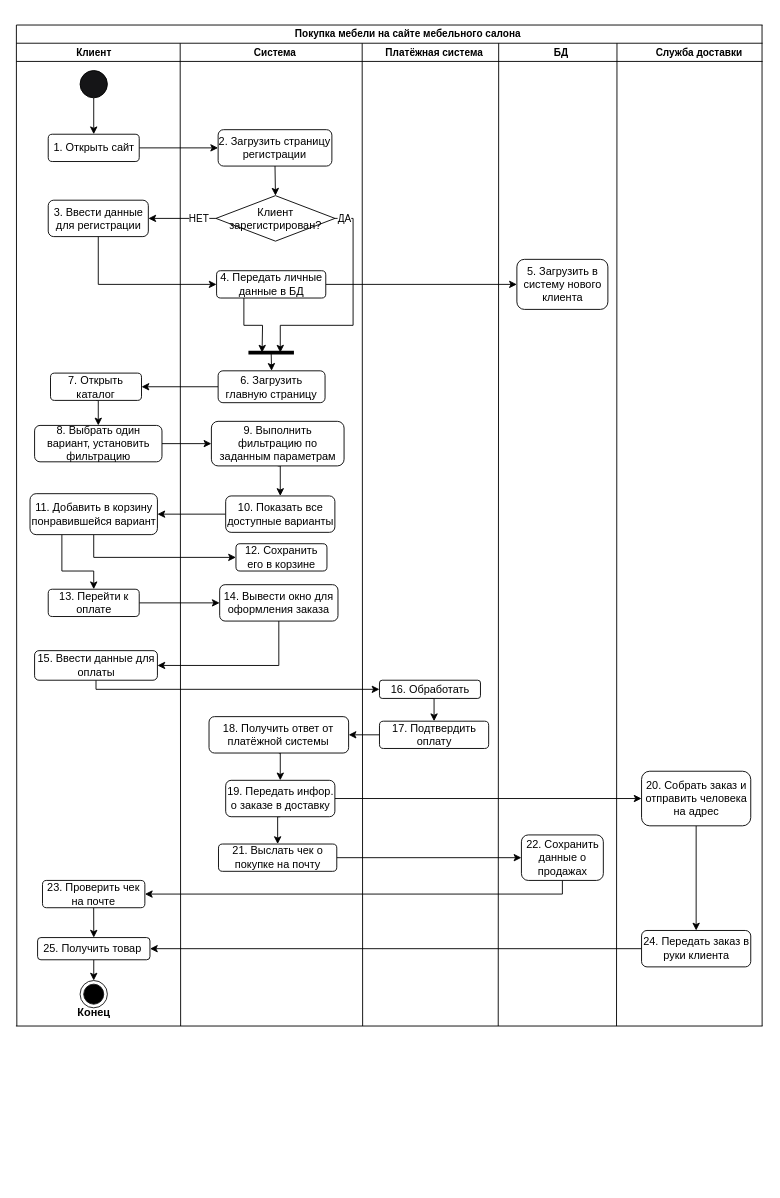
Earlier version of the draw.io diagram page "Деятельности" (4 of 8) of Все диаграммы.drawio (AnnaOtchina/AnnaKyrsach). Source tidied: cells renumbered, new cells numbered last; positions are measured from the earlier drawing's top-left corner, leaving out a move shared by most shapes. Both pictures are drawn from the tidied source at 91%, with x=0, y=0 at pixel (15, 15).
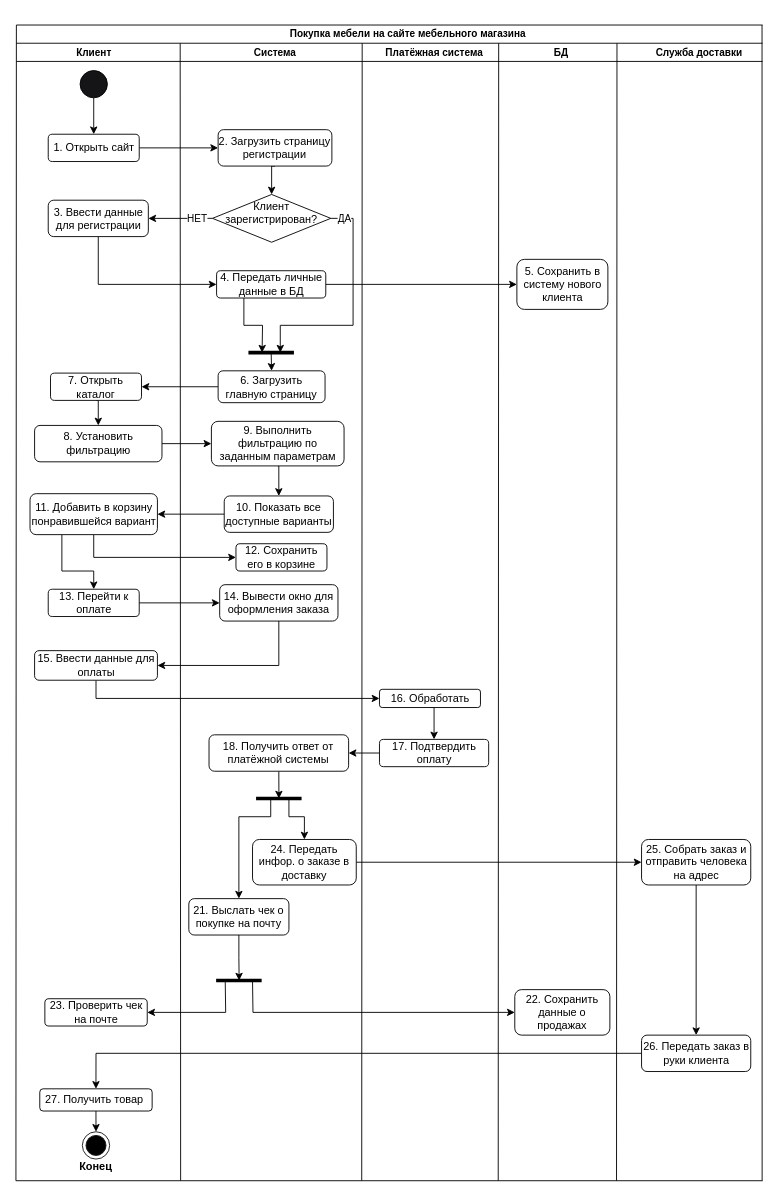
After the change.

The change refers to these unchanged cells:
```xml
<mxCell id="40" style="edgeStyle=orthogonalEdgeStyle;rounded=0;jettySize=auto;html=1;exitX=1;exitY=0.5;exitDx=0;exitDy=0;" parent="1" edge="1" source="42">
  <mxGeometry relative="1" as="geometry">
    <mxPoint x="290.5" y="370" as="targetPoint" />
    <Array as="points">
      <mxPoint x="370.5" y="223" />
      <mxPoint x="370.5" y="340" />
      <mxPoint x="290.5" y="340" />
    </Array>
  </mxGeometry>
</mxCell>
<mxCell id="56" value="15. Ввести данные для оплаты" style="rounded=1;whiteSpace=wrap;html=1;" parent="1" vertex="1">
  <mxGeometry x="20.5" y="697.5" width="135" height="32.5" as="geometry" />
</mxCell>
```

What changed in the source:
```diff
@@
     <mxCell id="3" style="endArrow=none;html=1;rounded=0;" parent="1" edge="1">
       <mxGeometry relative="1" as="geometry">
         <mxPoint x="0.5" y="10" as="sourcePoint" />
-        <mxPoint x="1" y="1110" as="targetPoint" />
+        <mxPoint y="1280" as="targetPoint" />
       </mxGeometry>
     </mxCell>
     <mxCell id="4" style="endArrow=none;html=1;rounded=0;" parent="1" edge="1">
       <mxGeometry relative="1" as="geometry">
         <mxPoint x="180.5" y="30" as="sourcePoint" />
-        <mxPoint x="181" y="1110" as="targetPoint" />
+        <mxPoint x="181" y="1280" as="targetPoint" />
       </mxGeometry>
     </mxCell>
     <mxCell id="5" style="endArrow=none;html=1;rounded=0;" parent="1" edge="1">
       <mxGeometry relative="1" as="geometry">
         <mxPoint x="380.5" y="30" as="sourcePoint" />
-        <mxPoint x="381" y="1110" as="targetPoint" />
+        <mxPoint x="380" y="1280" as="targetPoint" />
       </mxGeometry>
     </mxCell>
     <mxCell id="6" style="endArrow=none;html=1;rounded=0;" parent="1" edge="1">
       <mxGeometry relative="1" as="geometry">
         <mxPoint x="530.5" y="30" as="sourcePoint" />
-        <mxPoint x="530" y="1110" as="targetPoint" />
+        <mxPoint x="530" y="1280" as="targetPoint" />
       </mxGeometry>
     </mxCell>
@@
     <mxCell id="8" style="endArrow=none;html=1;rounded=0;" parent="1" edge="1">
       <mxGeometry relative="1" as="geometry">
-        <mxPoint y="1110" as="sourcePoint" />
-        <mxPoint x="820.5" y="1110" as="targetPoint" />
+        <mxPoint y="1280" as="sourcePoint" />
+        <mxPoint x="820.5" y="1280" as="targetPoint" />
       </mxGeometry>
     </mxCell>
@@
-    <mxCell id="23" value="8. Выбрать один вариант, установить фильтрацию" style="rounded=1;whiteSpace=wrap;html=1;" parent="1" vertex="1">
+    <mxCell id="23" value="8. Установить фильтрацию" style="rounded=1;whiteSpace=wrap;html=1;" parent="1" vertex="1">
       <mxGeometry x="20.5" y="450" width="140" height="40" as="geometry" />
     </mxCell>
@@
     <mxCell id="27" value="10. Показать все доступные варианты" style="rounded=1;whiteSpace=wrap;html=1;" parent="1" vertex="1">
-      <mxGeometry x="230.5" y="527.5" width="120" height="40" as="geometry" />
+      <mxGeometry x="228.9" y="527.5" width="120" height="40" as="geometry" />
     </mxCell>
@@
     <mxCell id="41" value="ДА" style="edgeLabel;html=1;align=center;verticalAlign=middle;" parent="40" vertex="1">
       <mxGeometry x="-0.75" y="-2" relative="1" as="geometry">
-        <mxPoint x="-8" y="-11" as="offset" />
+        <mxPoint x="-8" y="-7" as="offset" />
       </mxGeometry>
     </mxCell>
-    <mxCell id="42" value="Клиент зарегистрирован?" style="rhombus;whiteSpace=wrap;html=1;" parent="1" vertex="1">
-      <mxGeometry x="219.8" y="197.5" width="130.8" height="50" as="geometry" />
+    <mxCell id="42" value="Клиент зарегистрирован?" style="rhombus;whiteSpace=wrap;html=1;verticalAlign=top;" parent="1" vertex="1">
+      <mxGeometry x="216" y="196.2" width="130" height="52.5" as="geometry" />
     </mxCell>
@@
     <mxCell id="48" style="endArrow=none;html=1;rounded=0;" parent="1" edge="1">
       <mxGeometry relative="1" as="geometry">
         <mxPoint x="660.5" y="30" as="sourcePoint" />
-        <mxPoint x="660" y="1110" as="targetPoint" />
+        <mxPoint x="660" y="1280" as="targetPoint" />
       </mxGeometry>
     </mxCell>
@@
-    <mxCell id="50" value="5. Загрузить в систему нового клиента" style="rounded=1;whiteSpace=wrap;html=1;" parent="1" vertex="1">
+    <mxCell id="50" value="5. Сохранить в систему нового клиента" style="rounded=1;whiteSpace=wrap;html=1;" parent="1" vertex="1">
       <mxGeometry x="550.5" y="267.5" width="100" height="55" as="geometry" />
     </mxCell>
-    <mxCell id="51" value="&lt;font style=&quot;font-size: 11px;&quot;&gt;&lt;b&gt;Покупка мебели на сайте мебельного салона&lt;/b&gt;&lt;/font&gt;" style="text;html=1;whiteSpace=wrap;strokeColor=none;fillColor=none;align=center;verticalAlign=middle;rounded=0;" parent="1" vertex="1">
+    <mxCell id="51" value="&lt;font style=&quot;font-size: 11px;&quot;&gt;&lt;b&gt;Покупка мебели на сайте мебельного магазина&lt;/b&gt;&lt;/font&gt;" style="text;html=1;whiteSpace=wrap;strokeColor=none;fillColor=none;align=center;verticalAlign=middle;rounded=0;" parent="1" vertex="1">
       <mxGeometry x="290.5" width="280" height="40" as="geometry" />
     </mxCell>
     <mxCell id="52" style="endArrow=none;html=1;rounded=0;" parent="1" edge="1">
       <mxGeometry relative="1" as="geometry">
         <mxPoint x="819.9" y="10" as="sourcePoint" />
-        <mxPoint x="820" y="1110" as="targetPoint" />
+        <mxPoint x="820" y="1280" as="targetPoint" />
       </mxGeometry>
     </mxCell>
@@
     <mxCell id="55" style="edgeStyle=orthogonalEdgeStyle;rounded=0;jettySize=auto;html=1;exitX=0.5;exitY=1;exitDx=0;exitDy=0;entryX=0;entryY=0.5;entryDx=0;entryDy=0;" parent="1" edge="1" source="56" target="58">
       <mxGeometry relative="1" as="geometry">
         <Array as="points">
-          <mxPoint x="87.5" y="740" />
+          <mxPoint x="88" y="750" />
         </Array>
       </mxGeometry>
     </mxCell>
@@
     <mxCell id="58" value="16. Обработать" style="rounded=1;whiteSpace=wrap;html=1;" parent="1" vertex="1">
-      <mxGeometry x="399.5" y="730" width="111" height="20" as="geometry" />
+      <mxGeometry x="399.5" y="740" width="111" height="20" as="geometry" />
     </mxCell>
@@
     <mxCell id="60" value="17. Подтвердить оплату" style="rounded=1;whiteSpace=wrap;html=1;" parent="1" vertex="1">
-      <mxGeometry x="399.5" y="775" width="120" height="30" as="geometry" />
+      <mxGeometry x="399.5" y="795" width="120" height="30" as="geometry" />
     </mxCell>
-    <mxCell id="61" style="edgeStyle=orthogonalEdgeStyle;rounded=0;jettySize=auto;html=1;exitX=0.5;exitY=1;exitDx=0;exitDy=0;entryX=0.5;entryY=0;entryDx=0;entryDy=0;" parent="1" edge="1" source="62" target="65">
-      <mxGeometry relative="1" as="geometry" />
-    </mxCell>
+    <mxCell id="80" style="edgeStyle=orthogonalEdgeStyle;rounded=0;jettySize=auto;html=1;exitX=0.5;exitY=1;exitDx=0;exitDy=0;" parent="1" edge="1" source="62">
+      <mxGeometry relative="1" as="geometry">
+        <mxPoint x="289" y="860" as="targetPoint" />
+      </mxGeometry>
+    </mxCell>
     <mxCell id="62" value="18. Получить ответ от платёжной системы" style="rounded=1;whiteSpace=wrap;html=1;" parent="1" vertex="1">
-      <mxGeometry x="212.2" y="770" width="153.4" height="40" as="geometry" />
+      <mxGeometry x="212.2" y="790" width="153.4" height="40" as="geometry" />
     </mxCell>
@@
-    <mxCell id="64" style="edgeStyle=orthogonalEdgeStyle;rounded=0;jettySize=auto;html=1;exitX=0.5;exitY=1;exitDx=0;exitDy=0;entryX=0.5;entryY=0;entryDx=0;entryDy=0;" parent="1" edge="1" source="65" target="69">
-      <mxGeometry relative="1" as="geometry" />
-    </mxCell>
+    <mxCell id="81" style="edgeStyle=orthogonalEdgeStyle;rounded=0;jettySize=auto;html=1;exitX=0.5;exitY=0;exitDx=0;exitDy=0;startArrow=classic;startFill=1;endArrow=none;endFill=0;" parent="1" edge="1" source="65">
+      <mxGeometry relative="1" as="geometry">
+        <mxPoint x="300" y="860" as="targetPoint" />
+        <Array as="points">
+          <mxPoint x="317" y="880" />
+          <mxPoint x="300" y="880" />
+        </Array>
+      </mxGeometry>
+    </mxCell>
-    <mxCell id="65" value="19. Передать инфор. о заказе в доставку" style="rounded=1;whiteSpace=wrap;html=1;" parent="1" vertex="1">
-      <mxGeometry x="230.5" y="840" width="120" height="40" as="geometry" />
+    <mxCell id="65" value="24. Передать инфор. о заказе в доставку" style="rounded=1;whiteSpace=wrap;html=1;" parent="1" vertex="1">
+      <mxGeometry x="260" y="905" width="114" height="50" as="geometry" />
     </mxCell>
@@
-    <mxCell id="67" value="20. Собрать заказ и отправить человека на адрес" style="rounded=1;whiteSpace=wrap;html=1;" parent="1" vertex="1">
-      <mxGeometry x="687.5" y="830" width="120" height="60" as="geometry" />
+    <mxCell id="67" value="25. Собрать заказ и отправить человека на адрес" style="rounded=1;whiteSpace=wrap;html=1;" parent="1" vertex="1">
+      <mxGeometry x="687.5" y="905" width="120" height="50" as="geometry" />
     </mxCell>
-    <mxCell id="68" style="edgeStyle=orthogonalEdgeStyle;rounded=0;jettySize=auto;html=1;exitX=1;exitY=0.5;exitDx=0;exitDy=0;entryX=0;entryY=0.5;entryDx=0;entryDy=0;" parent="1" edge="1" source="69" target="71">
-      <mxGeometry relative="1" as="geometry" />
-    </mxCell>
+    <mxCell id="82" style="edgeStyle=orthogonalEdgeStyle;rounded=0;jettySize=auto;html=1;exitX=0.5;exitY=0;exitDx=0;exitDy=0;startArrow=classic;startFill=1;endArrow=none;endFill=0;" parent="1" edge="1" source="69">
+      <mxGeometry relative="1" as="geometry">
+        <mxPoint x="280" y="860" as="targetPoint" />
+        <Array as="points">
+          <mxPoint x="245" y="880" />
+          <mxPoint x="280" y="880" />
+        </Array>
+      </mxGeometry>
+    </mxCell>
+    <mxCell id="83" style="edgeStyle=orthogonalEdgeStyle;rounded=0;jettySize=auto;html=1;exitX=0.5;exitY=1;exitDx=0;exitDy=0;" parent="1" edge="1" source="69">
+      <mxGeometry relative="1" as="geometry">
+        <mxPoint x="245.3" y="1060" as="targetPoint" />
+      </mxGeometry>
+    </mxCell>
     <mxCell id="69" value="21. Выслать чек о покупке на почту" style="rounded=1;whiteSpace=wrap;html=1;" parent="1" vertex="1">
-      <mxGeometry x="222.6" y="910" width="130" height="30" as="geometry" />
+      <mxGeometry x="190" y="970" width="110" height="40" as="geometry" />
     </mxCell>
-    <mxCell id="70" style="edgeStyle=orthogonalEdgeStyle;rounded=0;jettySize=auto;html=1;exitX=0.5;exitY=1;exitDx=0;exitDy=0;entryX=1;entryY=0.5;entryDx=0;entryDy=0;" parent="1" edge="1" source="71" target="73">
-      <mxGeometry relative="1" as="geometry">
-        <Array as="points">
-          <mxPoint x="601" y="965" />
-        </Array>
-      </mxGeometry>
-    </mxCell>
+    <mxCell id="84" style="edgeStyle=orthogonalEdgeStyle;rounded=0;jettySize=auto;html=1;exitX=0;exitY=0.5;exitDx=0;exitDy=0;startArrow=classic;startFill=1;endArrow=none;endFill=0;" parent="1" edge="1" source="71">
+      <mxGeometry relative="1" as="geometry">
+        <mxPoint x="260" y="1060" as="targetPoint" />
+      </mxGeometry>
+    </mxCell>
     <mxCell id="71" value="22. Сохранить данные о продажах" style="rounded=1;whiteSpace=wrap;html=1;" parent="1" vertex="1">
-      <mxGeometry x="555.5" y="900" width="90" height="50" as="geometry" />
+      <mxGeometry x="548.2" y="1070" width="104.5" height="50" as="geometry" />
     </mxCell>
-    <mxCell id="72" style="edgeStyle=orthogonalEdgeStyle;rounded=0;jettySize=auto;html=1;exitX=0.5;exitY=1;exitDx=0;exitDy=0;entryX=0.5;entryY=0;entryDx=0;entryDy=0;" parent="1" edge="1" source="73" target="77">
-      <mxGeometry relative="1" as="geometry" />
-    </mxCell>
+    <mxCell id="85" style="edgeStyle=orthogonalEdgeStyle;rounded=0;jettySize=auto;html=1;exitX=1;exitY=0.5;exitDx=0;exitDy=0;startArrow=classic;startFill=1;endArrow=none;endFill=0;" parent="1" edge="1" source="73">
+      <mxGeometry relative="1" as="geometry">
+        <mxPoint x="230" y="1060" as="targetPoint" />
+      </mxGeometry>
+    </mxCell>
     <mxCell id="73" value="23. Проверить чек на почте" style="rounded=1;whiteSpace=wrap;html=1;" parent="1" vertex="1">
-      <mxGeometry x="29.2" y="950" width="112.5" height="30" as="geometry" />
+      <mxGeometry x="31.8" y="1080" width="112.5" height="30" as="geometry" />
     </mxCell>
-    <mxCell id="74" style="edgeStyle=orthogonalEdgeStyle;rounded=0;jettySize=auto;html=1;exitX=0;exitY=0.5;exitDx=0;exitDy=0;entryX=1;entryY=0.5;entryDx=0;entryDy=0;" parent="1" edge="1" source="75" target="77">
+    <mxCell id="74" style="edgeStyle=orthogonalEdgeStyle;rounded=0;jettySize=auto;html=1;exitX=0;exitY=0.5;exitDx=0;exitDy=0;entryX=0.5;entryY=0;entryDx=0;entryDy=0;" parent="1" edge="1" source="75" target="77">
       <mxGeometry relative="1" as="geometry" />
     </mxCell>
-    <mxCell id="75" value="24. Передать заказ в руки клиента" style="rounded=1;whiteSpace=wrap;html=1;" parent="1" vertex="1">
-      <mxGeometry x="687.5" y="1005" width="120" height="40" as="geometry" />
+    <mxCell id="75" value="26. Передать заказ в руки клиента" style="rounded=1;whiteSpace=wrap;html=1;" parent="1" vertex="1">
+      <mxGeometry x="687.5" y="1120" width="120" height="40" as="geometry" />
     </mxCell>
@@
-    <mxCell id="77" value="25. Получить товар&amp;nbsp;" style="rounded=1;whiteSpace=wrap;html=1;" parent="1" vertex="1">
-      <mxGeometry x="23.8" y="1012.8" width="123.5" height="24.4" as="geometry" />
+    <mxCell id="77" value="27. Получить товар&amp;nbsp;" style="rounded=1;whiteSpace=wrap;html=1;" parent="1" vertex="1">
+      <mxGeometry x="26.2" y="1179" width="123.5" height="24.4" as="geometry" />
     </mxCell>
     <mxCell id="78" style="ellipse;html=1;shape=endState;fillColor=#000000;strokeColor=#151517;" parent="1" vertex="1">
-      <mxGeometry x="70.5" y="1060" width="30" height="30" as="geometry" />
+      <mxGeometry x="73" y="1226.2" width="30" height="30" as="geometry" />
     </mxCell>
     <mxCell id="79" value="&lt;b&gt;Конец&lt;/b&gt;" style="text;html=1;whiteSpace=wrap;strokeColor=none;fillColor=none;align=center;verticalAlign=middle;rounded=0;" parent="1" vertex="1">
-      <mxGeometry x="55.5" y="1080" width="60" height="30" as="geometry" />
+      <mxGeometry x="58" y="1250" width="60" height="30" as="geometry" />
     </mxCell>
+    <mxCell id="86" style="endArrow=none;html=1;rounded=0;fontStyle=1;strokeWidth=4;" parent="1" edge="1">
+      <mxGeometry relative="1" as="geometry">
+        <mxPoint x="313.9" y="860" as="sourcePoint" />
+        <mxPoint x="263.9" y="860" as="targetPoint" />
+      </mxGeometry>
+    </mxCell>
+    <mxCell id="87" style="endArrow=none;html=1;rounded=0;fontStyle=1;strokeWidth=4;" parent="1" edge="1">
+      <mxGeometry relative="1" as="geometry">
+        <mxPoint x="270" y="1060" as="sourcePoint" />
+        <mxPoint x="220" y="1060" as="targetPoint" />
+      </mxGeometry>
+    </mxCell>
```
